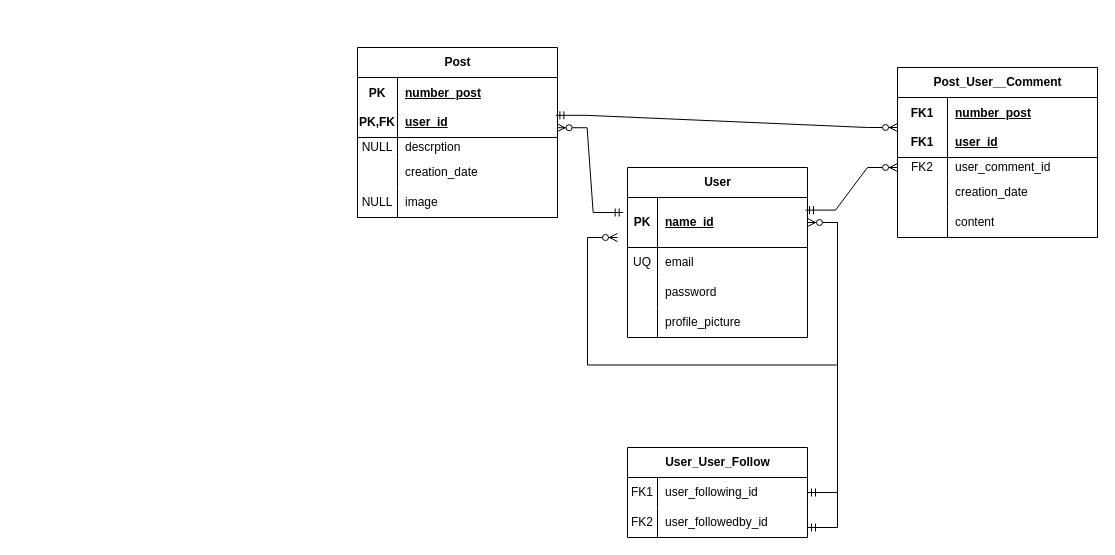
Earlier version of the draw.io diagram Ejercicio 6 logico.drawio (BalamLibre/Ejercicios). Source tidied: cells renumbered, new cells numbered last; positions are measured from the earlier drawing's top-left corner, leaving out a move shared by most shapes. Both pictures are drawn from the tidied source at 100%, with x=0, y=0 at pixel (357, 47).
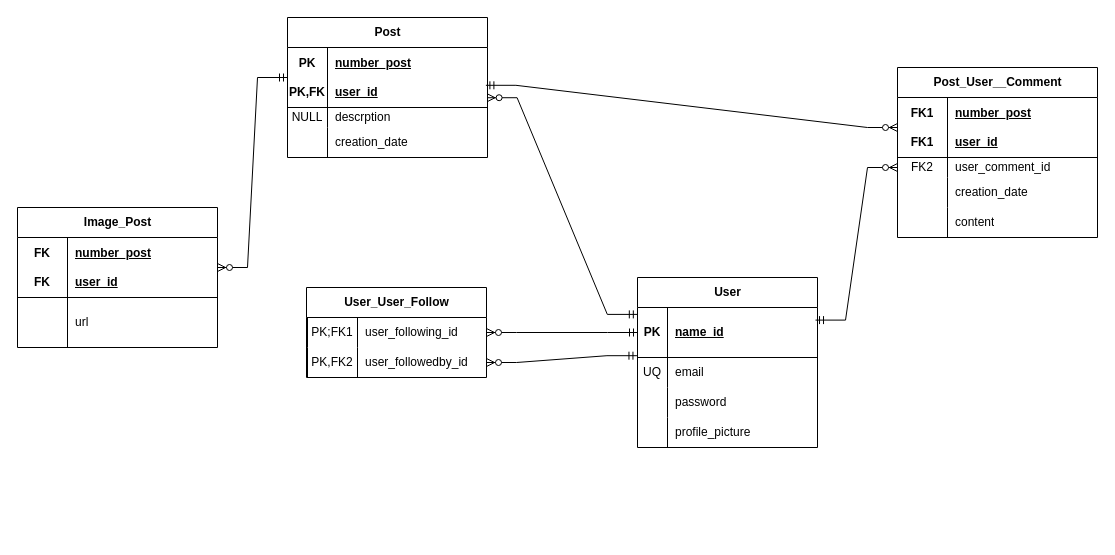
The same diagram, later.

Unchanged cells that the change refers to:
```xml
<mxCell id="3" style="shape=tableRow;horizontal=0;startSize=0;swimlaneHead=0;swimlaneBody=0;fillColor=none;points=[[0,0.5],[1,0.5]];portConstraint=eastwest;top=0;left=0;right=0;bottom=1;" parent="2" vertex="1">
  <mxGeometry y="30" width="180" height="50" as="geometry" />
</mxCell>
<mxCell id="16" style="shape=tableRow;horizontal=0;startSize=0;swimlaneHead=0;swimlaneBody=0;fillColor=none;points=[[0,0.5],[1,0.5]];portConstraint=eastwest;top=0;left=0;right=0;bottom=1;" parent="15" vertex="1">
  <mxGeometry y="30" width="200" height="60" as="geometry" />
</mxCell>
```

Diff of the diagram source:
```diff
@@
     <mxCell id="2" value="User" style="shape=table;startSize=30;childLayout=tableLayout;rowLines=0;fontStyle=1;align=center;html=1;" parent="1" vertex="1">
-      <mxGeometry x="270" y="120" width="180" height="170" as="geometry" />
+      <mxGeometry x="280" y="230" width="180" height="170" as="geometry" />
     </mxCell>
@@
     <mxCell id="15" value="Post" style="shape=table;startSize=30;childLayout=tableLayout;rowLines=0;fontStyle=1;align=center;html=1;" parent="1" vertex="1">
-      <mxGeometry width="200" height="170" as="geometry" />
+      <mxGeometry x="-70" y="-30" width="200" height="140" as="geometry" />
     </mxCell>
@@
-    <mxCell id="25" style="shape=tableRow;horizontal=0;startSize=0;swimlaneHead=0;swimlaneBody=0;fillColor=none;top=0;left=0;right=0;bottom=0;" parent="15" vertex="1">
-      <mxGeometry y="140" width="200" height="30" as="geometry" />
-    </mxCell>
-    <mxCell id="26" value="NULL" style="shape=partialRectangle;fillColor=none;top=0;left=0;bottom=0;right=0;overflow=hidden;whiteSpace=wrap;html=1;" parent="25" vertex="1">
-      <mxGeometry width="40" height="30" as="geometry" />
-    </mxCell>
-    <mxCell id="27" value="image" style="shape=partialRectangle;fillColor=none;top=0;left=0;bottom=0;right=0;align=left;spacingLeft=6;overflow=hidden;whiteSpace=wrap;html=1;" parent="25" vertex="1">
-      <mxGeometry x="40" width="160" height="30" as="geometry" />
-    </mxCell>
@@
-    <mxCell id="42" style="edgeStyle=entityRelationEdgeStyle;fontSize=12;html=1;endArrow=ERzeroToMany;startArrow=ERmandOne;rounded=0;exitX=-0.024;exitY=0.3;exitDx=0;exitDy=0;entryX=0.998;entryY=0.837;entryDx=0;entryDy=0;entryPerimeter=0;exitPerimeter=0;" parent="1" edge="1" source="3" target="16">
+    <mxCell id="42" style="edgeStyle=entityRelationEdgeStyle;fontSize=12;html=1;endArrow=ERzeroToMany;startArrow=ERmandOne;rounded=0;exitX=-0.001;exitY=0.138;exitDx=0;exitDy=0;entryX=0.998;entryY=0.837;entryDx=0;entryDy=0;entryPerimeter=0;exitPerimeter=0;" parent="1" edge="1" source="3" target="16">
       <mxGeometry relative="1" as="geometry" />
     </mxCell>
@@
     <mxCell id="44" value="User_User_Follow" style="shape=table;startSize=30;childLayout=tableLayout;rowLines=0;fontStyle=1;align=center;html=1;" parent="1" vertex="1">
-      <mxGeometry x="270" y="400" width="180" height="90" as="geometry" />
+      <mxGeometry x="-51" y="240" width="180" height="90" as="geometry" />
     </mxCell>
-    <mxCell id="45" style="shape=tableRow;horizontal=0;startSize=0;swimlaneHead=0;swimlaneBody=0;fillColor=none;points=[[0,0.5],[1,0.5]];portConstraint=eastwest;top=0;left=0;right=0;bottom=0;" parent="44" vertex="1">
+    <mxCell id="45" style="shape=tableRow;horizontal=0;startSize=1;swimlaneHead=0;swimlaneBody=0;fillColor=none;points=[[0,0.5],[1,0.5]];portConstraint=eastwest;top=0;left=0;right=0;bottom=0;" parent="44" vertex="1">
       <mxGeometry y="30" width="180" height="30" as="geometry" />
     </mxCell>
-    <mxCell id="46" value="FK1" style="shape=partialRectangle;fillColor=none;top=0;left=0;bottom=0;right=0;overflow=hidden;whiteSpace=wrap;html=1;" parent="45" vertex="1">
-      <mxGeometry width="30" height="30" as="geometry" />
+    <mxCell id="46" value="PK;FK1" style="shape=partialRectangle;fillColor=none;top=0;left=0;bottom=0;right=0;overflow=hidden;whiteSpace=wrap;html=1;" parent="45" vertex="1">
+      <mxGeometry x="1" width="50" height="30" as="geometry" />
     </mxCell>
     <mxCell id="47" value="user_following_id" style="shape=partialRectangle;fillColor=none;top=0;left=0;bottom=0;right=0;align=left;spacingLeft=6;overflow=hidden;whiteSpace=wrap;html=1;" parent="45" vertex="1">
-      <mxGeometry x="30" width="150" height="30" as="geometry" />
+      <mxGeometry x="51" width="129" height="30" as="geometry" />
     </mxCell>
-    <mxCell id="48" style="shape=tableRow;horizontal=0;startSize=0;swimlaneHead=0;swimlaneBody=0;fillColor=none;points=[[0,0.5],[1,0.5]];portConstraint=eastwest;top=0;left=0;right=0;bottom=0;" parent="44" vertex="1">
+    <mxCell id="48" style="shape=tableRow;horizontal=0;startSize=1;swimlaneHead=0;swimlaneBody=0;fillColor=none;points=[[0,0.5],[1,0.5]];portConstraint=eastwest;top=0;left=0;right=0;bottom=0;" parent="44" vertex="1">
       <mxGeometry y="60" width="180" height="30" as="geometry" />
     </mxCell>
-    <mxCell id="49" value="FK2" style="shape=partialRectangle;fillColor=none;top=0;left=0;bottom=0;right=0;overflow=hidden;whiteSpace=wrap;html=1;" parent="48" vertex="1">
-      <mxGeometry width="30" height="30" as="geometry" />
+    <mxCell id="49" value="PK,FK2" style="shape=partialRectangle;fillColor=none;top=0;left=0;bottom=0;right=0;overflow=hidden;whiteSpace=wrap;html=1;" parent="48" vertex="1">
+      <mxGeometry x="1" width="50" height="30" as="geometry" />
     </mxCell>
     <mxCell id="50" value="user_followedby_id" style="shape=partialRectangle;fillColor=none;top=0;left=0;bottom=0;right=0;align=left;spacingLeft=6;overflow=hidden;whiteSpace=wrap;html=1;" parent="48" vertex="1">
-      <mxGeometry x="30" width="150" height="30" as="geometry" />
+      <mxGeometry x="51" width="129" height="30" as="geometry" />
     </mxCell>
-    <mxCell id="51" style="edgeStyle=entityRelationEdgeStyle;fontSize=12;html=1;endArrow=ERzeroToMany;startArrow=ERmandOne;rounded=0;entryX=1;entryY=0.5;entryDx=0;entryDy=0;" parent="1" edge="1" target="3">
-      <mxGeometry relative="1" as="geometry">
-        <mxPoint x="450" y="480" as="sourcePoint" />
-      </mxGeometry>
+    <mxCell id="51" style="edgeStyle=entityRelationEdgeStyle;fontSize=12;html=1;endArrow=ERzeroToMany;startArrow=ERmandOne;rounded=0;exitX=-0.003;exitY=0.964;exitDx=0;exitDy=0;exitPerimeter=0;entryX=1;entryY=0.5;entryDx=0;entryDy=0;" parent="1" edge="1" source="3" target="48">
+      <mxGeometry relative="1" as="geometry" />
     </mxCell>
-    <mxCell id="52" style="edgeStyle=entityRelationEdgeStyle;fontSize=12;html=1;endArrow=ERzeroToMany;startArrow=ERmandOne;rounded=0;" parent="1" edge="1" source="45">
-      <mxGeometry relative="1" as="geometry">
-        <mxPoint x="260" y="190" as="targetPoint" />
-      </mxGeometry>
+    <mxCell id="52" style="edgeStyle=entityRelationEdgeStyle;fontSize=12;html=1;endArrow=ERzeroToMany;startArrow=ERmandOne;rounded=0;" parent="1" edge="1" source="3" target="45">
+      <mxGeometry relative="1" as="geometry" />
     </mxCell>
+    <mxCell id="53" value="Image_Post" style="shape=table;startSize=30;childLayout=tableLayout;rowLines=0;fontStyle=1;align=center;html=1;columnLines=1;" parent="1" vertex="1">
+      <mxGeometry x="-340" y="160" width="200" height="140" as="geometry" />
+    </mxCell>
+    <mxCell id="54" style="shape=tableRow;horizontal=0;startSize=0;swimlaneHead=0;swimlaneBody=0;fillColor=none;points=[[0,0.5],[1,0.5]];portConstraint=eastwest;top=0;left=0;right=0;bottom=1;" parent="53" vertex="1">
+      <mxGeometry y="30" width="200" height="60" as="geometry" />
+    </mxCell>
+    <mxCell id="55" value="FK&lt;br&gt;&lt;br&gt;FK" style="shape=partialRectangle;fillColor=none;top=0;left=0;bottom=0;right=0;fontStyle=1;overflow=hidden;whiteSpace=wrap;html=1;" parent="54" vertex="1">
+      <mxGeometry width="50" height="60" as="geometry" />
+    </mxCell>
+    <mxCell id="56" value="number_post&lt;br&gt;&lt;br&gt;user_id" style="shape=partialRectangle;fillColor=none;top=0;left=0;bottom=0;right=0;align=left;spacingLeft=6;fontStyle=5;overflow=hidden;whiteSpace=wrap;html=1;" parent="54" vertex="1">
+      <mxGeometry x="50" width="150" height="60" as="geometry" />
+    </mxCell>
+    <mxCell id="57" style="shape=tableRow;horizontal=0;startSize=0;swimlaneHead=0;swimlaneBody=0;fillColor=none;top=0;left=0;right=0;bottom=0;strokeColor=#F0F0F0;" parent="53" vertex="1">
+      <mxGeometry y="90" width="200" height="50" as="geometry" />
+    </mxCell>
+    <mxCell id="58" style="shape=partialRectangle;fillColor=none;top=0;left=0;bottom=0;right=0;overflow=hidden;whiteSpace=wrap;html=1;" parent="57" vertex="1">
+      <mxGeometry width="50" height="50" as="geometry" />
+    </mxCell>
+    <mxCell id="59" value="url" style="shape=partialRectangle;fillColor=none;top=0;left=0;bottom=0;right=0;align=left;spacingLeft=6;overflow=hidden;whiteSpace=wrap;html=1;" parent="57" vertex="1">
+      <mxGeometry x="50" width="150" height="50" as="geometry" />
+    </mxCell>
+    <mxCell id="60" style="edgeStyle=entityRelationEdgeStyle;fontSize=12;html=1;endArrow=ERzeroToMany;startArrow=ERmandOne;rounded=0;exitX=0;exitY=0.5;exitDx=0;exitDy=0;" parent="1" edge="1" source="16" target="54">
+      <mxGeometry relative="1" as="geometry" />
+    </mxCell>
```
